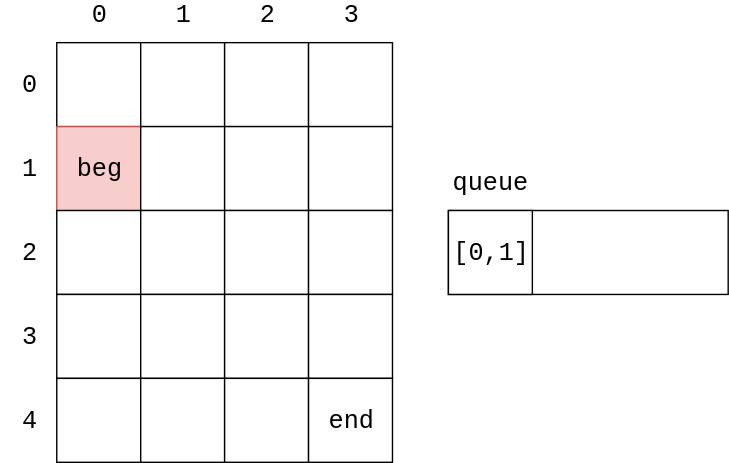
Earlier version of the draw.io export docs/Search/res/BreadthFirstSearch1.svg (linrongbin16/way-to-algorithm). Source tidied: cells renumbered, new cells last; positions are measured from the earlier drawing's top-left corner, leaving out a move shared by most shapes. Its diagram source:
```xml
<mxGraphModel background="#ffffff">
  <root>
    <mxCell id="0" />
    <mxCell id="1" parent="0" />
    <mxCell id="2" style="rounded=0;whiteSpace=wrap;html=1;fontFamily=Courier New;fontSize=18;fillColor=#ffffff;strokeColor=#000000;" parent="1" vertex="1">
      <mxGeometry x="40" y="30" width="60" height="60" as="geometry" />
    </mxCell>
    <mxCell id="3" style="rounded=0;whiteSpace=wrap;html=1;fontFamily=Courier New;fontSize=18;" parent="1" vertex="1">
      <mxGeometry x="100" y="30" width="60" height="60" as="geometry" />
    </mxCell>
    <mxCell id="4" style="rounded=0;whiteSpace=wrap;html=1;fontFamily=Courier New;fontSize=18;" parent="1" vertex="1">
      <mxGeometry x="160" y="30" width="60" height="60" as="geometry" />
    </mxCell>
    <mxCell id="5" style="rounded=0;whiteSpace=wrap;html=1;fontFamily=Courier New;fontSize=18;" parent="1" vertex="1">
      <mxGeometry x="220" y="30" width="60" height="60" as="geometry" />
    </mxCell>
    <mxCell id="6" value="beg" style="rounded=0;whiteSpace=wrap;html=1;fontFamily=Courier New;fontSize=18;fillColor=#f8cecc;strokeColor=#b85450;" parent="1" vertex="1">
      <mxGeometry x="40" y="90" width="60" height="60" as="geometry" />
    </mxCell>
    <mxCell id="7" style="rounded=0;whiteSpace=wrap;html=1;fontFamily=Courier New;fontSize=18;" parent="1" vertex="1">
      <mxGeometry x="100" y="90" width="60" height="60" as="geometry" />
    </mxCell>
    <mxCell id="8" style="rounded=0;whiteSpace=wrap;html=1;fontFamily=Courier New;fontSize=18;fillColor=#ffffff;strokeColor=#000000;shadow=0;" parent="1" vertex="1">
      <mxGeometry x="160" y="90" width="60" height="60" as="geometry" />
    </mxCell>
    <mxCell id="9" style="rounded=0;whiteSpace=wrap;html=1;fontFamily=Courier New;fontSize=18;fillColor=#ffffff;strokeColor=#000000;" parent="1" vertex="1">
      <mxGeometry x="220" y="90" width="60" height="60" as="geometry" />
    </mxCell>
    <mxCell id="10" style="rounded=0;whiteSpace=wrap;html=1;fontFamily=Courier New;fontSize=18;fillColor=#ffffff;strokeColor=#000000;" parent="1" vertex="1">
      <mxGeometry x="40" y="150" width="60" height="60" as="geometry" />
    </mxCell>
    <mxCell id="11" style="rounded=0;whiteSpace=wrap;html=1;fontFamily=Courier New;fontSize=18;fillColor=#ffffff;strokeColor=#000000;" parent="1" vertex="1">
      <mxGeometry x="100" y="150" width="60" height="60" as="geometry" />
    </mxCell>
    <mxCell id="12" value="0" style="text;html=1;strokeColor=none;fillColor=none;align=center;verticalAlign=middle;whiteSpace=wrap;fontFamily=Courier New;fontSize=18;" parent="1" vertex="1">
      <mxGeometry x="50" width="40" height="20" as="geometry" />
    </mxCell>
    <mxCell id="13" value="1" style="text;html=1;strokeColor=none;fillColor=none;align=center;verticalAlign=middle;whiteSpace=wrap;fontFamily=Courier New;fontSize=18;" parent="1" vertex="1">
      <mxGeometry x="110" width="40" height="20" as="geometry" />
    </mxCell>
    <mxCell id="14" value="2" style="text;html=1;strokeColor=none;fillColor=none;align=center;verticalAlign=middle;whiteSpace=wrap;fontFamily=Courier New;fontSize=18;" parent="1" vertex="1">
      <mxGeometry x="170" width="40" height="20" as="geometry" />
    </mxCell>
    <mxCell id="15" value="3" style="text;html=1;strokeColor=none;fillColor=none;align=center;verticalAlign=middle;whiteSpace=wrap;fontFamily=Courier New;fontSize=18;" parent="1" vertex="1">
      <mxGeometry x="230" width="40" height="20" as="geometry" />
    </mxCell>
    <mxCell id="16" value="0" style="text;html=1;strokeColor=none;fillColor=none;align=center;verticalAlign=middle;whiteSpace=wrap;fontFamily=Courier New;fontSize=18;" parent="1" vertex="1">
      <mxGeometry y="50" width="40" height="20" as="geometry" />
    </mxCell>
    <mxCell id="17" value="1" style="text;html=1;strokeColor=none;fillColor=none;align=center;verticalAlign=middle;whiteSpace=wrap;fontFamily=Courier New;fontSize=18;" parent="1" vertex="1">
      <mxGeometry y="110" width="40" height="20" as="geometry" />
    </mxCell>
    <mxCell id="18" value="2" style="text;html=1;strokeColor=none;fillColor=none;align=center;verticalAlign=middle;whiteSpace=wrap;fontFamily=Courier New;fontSize=18;" parent="1" vertex="1">
      <mxGeometry y="170" width="40" height="20" as="geometry" />
    </mxCell>
    <mxCell id="19" value="3" style="text;html=1;strokeColor=none;fillColor=none;align=center;verticalAlign=middle;whiteSpace=wrap;fontFamily=Courier New;fontSize=18;" parent="1" vertex="1">
      <mxGeometry y="230" width="40" height="20" as="geometry" />
    </mxCell>
    <mxCell id="20" value="4" style="text;html=1;strokeColor=none;fillColor=none;align=center;verticalAlign=middle;whiteSpace=wrap;fontFamily=Courier New;fontSize=18;" parent="1" vertex="1">
      <mxGeometry y="290" width="40" height="20" as="geometry" />
    </mxCell>
    <mxCell id="21" style="rounded=0;whiteSpace=wrap;html=1;fontFamily=Courier New;fontSize=18;fillColor=#ffffff;strokeColor=#000000;shadow=0;" parent="1" vertex="1">
      <mxGeometry x="160" y="150" width="60" height="60" as="geometry" />
    </mxCell>
    <mxCell id="22" style="rounded=0;whiteSpace=wrap;html=1;fontFamily=Courier New;fontSize=18;fillColor=#ffffff;strokeColor=#000000;" parent="1" vertex="1">
      <mxGeometry x="220" y="150" width="60" height="60" as="geometry" />
    </mxCell>
    <mxCell id="23" style="rounded=0;whiteSpace=wrap;html=1;fontFamily=Courier New;fontSize=18;fillColor=#ffffff;strokeColor=#000000;" parent="1" vertex="1">
      <mxGeometry x="40" y="210" width="60" height="60" as="geometry" />
    </mxCell>
    <mxCell id="24" style="rounded=0;whiteSpace=wrap;html=1;fontFamily=Courier New;fontSize=18;fillColor=#ffffff;strokeColor=#000000;" parent="1" vertex="1">
      <mxGeometry x="100" y="210" width="60" height="60" as="geometry" />
    </mxCell>
    <mxCell id="25" style="rounded=0;whiteSpace=wrap;html=1;fontFamily=Courier New;fontSize=18;fillColor=#ffffff;strokeColor=#000000;shadow=0;" parent="1" vertex="1">
      <mxGeometry x="160" y="210" width="60" height="60" as="geometry" />
    </mxCell>
    <mxCell id="26" style="rounded=0;whiteSpace=wrap;html=1;fontFamily=Courier New;fontSize=18;fillColor=#ffffff;strokeColor=#000000;" parent="1" vertex="1">
      <mxGeometry x="220" y="210" width="60" height="60" as="geometry" />
    </mxCell>
    <mxCell id="27" style="rounded=0;whiteSpace=wrap;html=1;fontFamily=Courier New;fontSize=18;fillColor=#ffffff;strokeColor=#000000;" parent="1" vertex="1">
      <mxGeometry x="40" y="270" width="60" height="60" as="geometry" />
    </mxCell>
    <mxCell id="28" style="rounded=0;whiteSpace=wrap;html=1;fontFamily=Courier New;fontSize=18;fillColor=#ffffff;strokeColor=#000000;" parent="1" vertex="1">
      <mxGeometry x="100" y="270" width="60" height="60" as="geometry" />
    </mxCell>
    <mxCell id="29" style="rounded=0;whiteSpace=wrap;html=1;fontFamily=Courier New;fontSize=18;fillColor=#ffffff;strokeColor=#000000;shadow=0;" parent="1" vertex="1">
      <mxGeometry x="160" y="270" width="60" height="60" as="geometry" />
    </mxCell>
    <mxCell id="30" value="end" style="rounded=0;whiteSpace=wrap;html=1;fontFamily=Courier New;fontSize=18;fillColor=#ffffff;strokeColor=#000000;" parent="1" vertex="1">
      <mxGeometry x="220" y="270" width="60" height="60" as="geometry" />
    </mxCell>
    <mxCell id="31" value="queue" style="text;html=1;strokeColor=none;fillColor=none;align=center;verticalAlign=middle;whiteSpace=wrap;rounded=0;shadow=0;fontFamily=Courier New;fontSize=18;" parent="1" vertex="1">
      <mxGeometry x="330" y="120" width="40" height="20" as="geometry" />
    </mxCell>
    <mxCell id="32" style="rounded=0;whiteSpace=wrap;html=1;fontFamily=Courier New;fontSize=18;" parent="1" vertex="1">
      <mxGeometry x="320" y="150" width="200" height="60" as="geometry" />
    </mxCell>
    <mxCell id="33" value="[0,1]" style="rounded=0;whiteSpace=wrap;html=1;fontFamily=Courier New;fontSize=18;fillColor=#ffffff;strokeColor=#000000;" parent="1" vertex="1">
      <mxGeometry x="320" y="150" width="60" height="60" as="geometry" />
    </mxCell>
  </root>
</mxGraphModel>
```
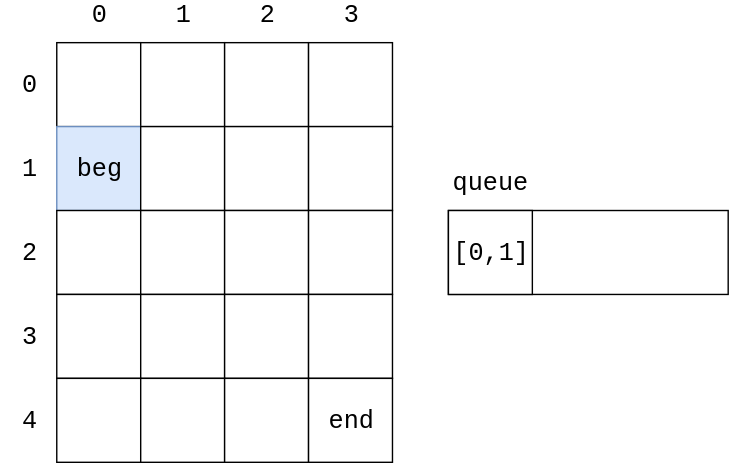
Later version of the same file.

Change to the diagram source:
```diff
@@ -14,7 +14,7 @@
     <mxCell id="5" style="rounded=0;whiteSpace=wrap;html=1;fontFamily=Courier New;fontSize=18;" parent="1" vertex="1">
       <mxGeometry x="220" y="30" width="60" height="60" as="geometry" />
     </mxCell>
-    <mxCell id="6" value="beg" style="rounded=0;whiteSpace=wrap;html=1;fontFamily=Courier New;fontSize=18;fillColor=#f8cecc;strokeColor=#b85450;" parent="1" vertex="1">
+    <mxCell id="6" value="beg" style="rounded=0;whiteSpace=wrap;html=1;fontFamily=Courier New;fontSize=18;fillColor=#dae8fc;strokeColor=#6c8ebf;" parent="1" vertex="1">
       <mxGeometry x="40" y="90" width="60" height="60" as="geometry" />
     </mxCell>
     <mxCell id="7" style="rounded=0;whiteSpace=wrap;html=1;fontFamily=Courier New;fontSize=18;" parent="1" vertex="1">
```
